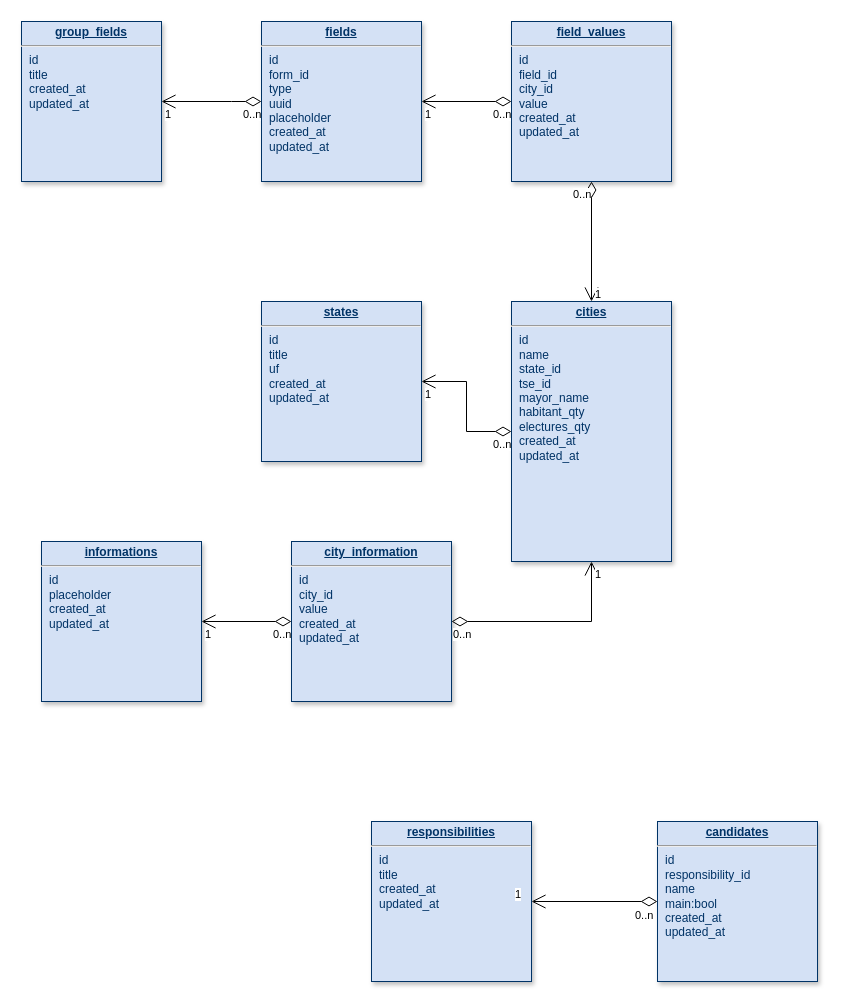
Above: static-assets/mer.drawio in rodolfoneto/mapa-eleitoral (draw.io), before the change. Source tidied: cells renumbered, new cells numbered last; positions are measured from the earlier drawing's top-left corner, leaving out a move shared by most shapes. Both pictures are drawn from the tidied source at 100%, with x=0, y=0 at pixel (21, 21).
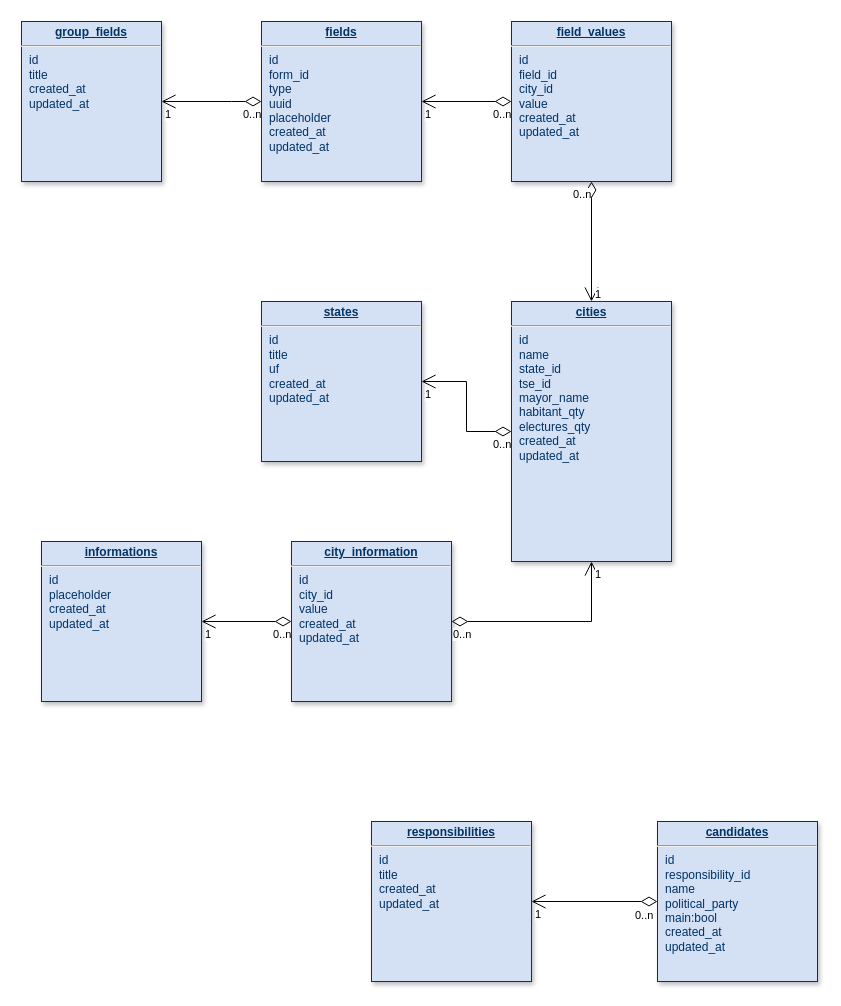
The same page after the edit.

The change refers to these unchanged cells:
```xml
<mxCell id="30" style="endArrow=open;html=1;endSize=12;startArrow=diamondThin;startSize=14;startFill=0;edgeStyle=orthogonalEdgeStyle;rounded=0;entryX=1;entryY=0.5;entryDx=0;entryDy=0;exitX=0;exitY=0.5;exitDx=0;exitDy=0;" parent="1" edge="1" source="28" target="29">
  <mxGeometry relative="1" as="geometry" />
</mxCell>
```

Diff of the diagram source:
```diff
@@
-    <mxCell id="28" value="&lt;p style=&quot;margin: 0px ; margin-top: 4px ; text-align: center ; text-decoration: underline&quot;&gt;&lt;b&gt;candidates&lt;/b&gt;&lt;/p&gt;&lt;hr&gt;&lt;p style=&quot;margin: 0px ; margin-left: 8px&quot;&gt;id&lt;/p&gt;&lt;p style=&quot;margin: 0px ; margin-left: 8px&quot;&gt;responsibility_id&lt;br&gt;&lt;/p&gt;&lt;p style=&quot;margin: 0px ; margin-left: 8px&quot;&gt;name&lt;/p&gt;&lt;p style=&quot;margin: 0px ; margin-left: 8px&quot;&gt;main:bool&lt;/p&gt;&lt;p style=&quot;margin: 0px ; margin-left: 8px&quot;&gt;created_at&lt;/p&gt;&lt;p style=&quot;margin: 0px ; margin-left: 8px&quot;&gt;updated_at&lt;/p&gt;" style="verticalAlign=top;align=left;overflow=fill;fontSize=12;fontFamily=Helvetica;html=1;strokeColor=#003366;shadow=1;fillColor=#D4E1F5;fontColor=#003366;" parent="1" vertex="1">
+    <mxCell id="28" value="&lt;p style=&quot;margin: 0px ; margin-top: 4px ; text-align: center ; text-decoration: underline&quot;&gt;&lt;b&gt;candidates&lt;/b&gt;&lt;/p&gt;&lt;hr&gt;&lt;p style=&quot;margin: 0px ; margin-left: 8px&quot;&gt;id&lt;/p&gt;&lt;p style=&quot;margin: 0px ; margin-left: 8px&quot;&gt;responsibility_id&lt;br&gt;&lt;/p&gt;&lt;p style=&quot;margin: 0px ; margin-left: 8px&quot;&gt;name&lt;/p&gt;&lt;p style=&quot;margin: 0px ; margin-left: 8px&quot;&gt;political_party&lt;/p&gt;&lt;p style=&quot;margin: 0px ; margin-left: 8px&quot;&gt;main:bool&lt;/p&gt;&lt;p style=&quot;margin: 0px ; margin-left: 8px&quot;&gt;created_at&lt;/p&gt;&lt;p style=&quot;margin: 0px ; margin-left: 8px&quot;&gt;updated_at&lt;/p&gt;" style="verticalAlign=top;align=left;overflow=fill;fontSize=12;fontFamily=Helvetica;html=1;strokeColor=#003366;shadow=1;fillColor=#D4E1F5;fontColor=#003366;" parent="1" vertex="1">
       <mxGeometry x="636" y="800" width="160" height="160" as="geometry" />
     </mxCell>
@@
     <mxCell id="32" value="1" style="edgeLabel;html=1;align=right;verticalAlign=top;" parent="30" vertex="1">
       <mxGeometry x="1" relative="1" as="geometry">
-        <mxPoint x="-10" y="-20" as="offset" />
+        <mxPoint x="10" as="offset" />
       </mxGeometry>
     </mxCell>
```
